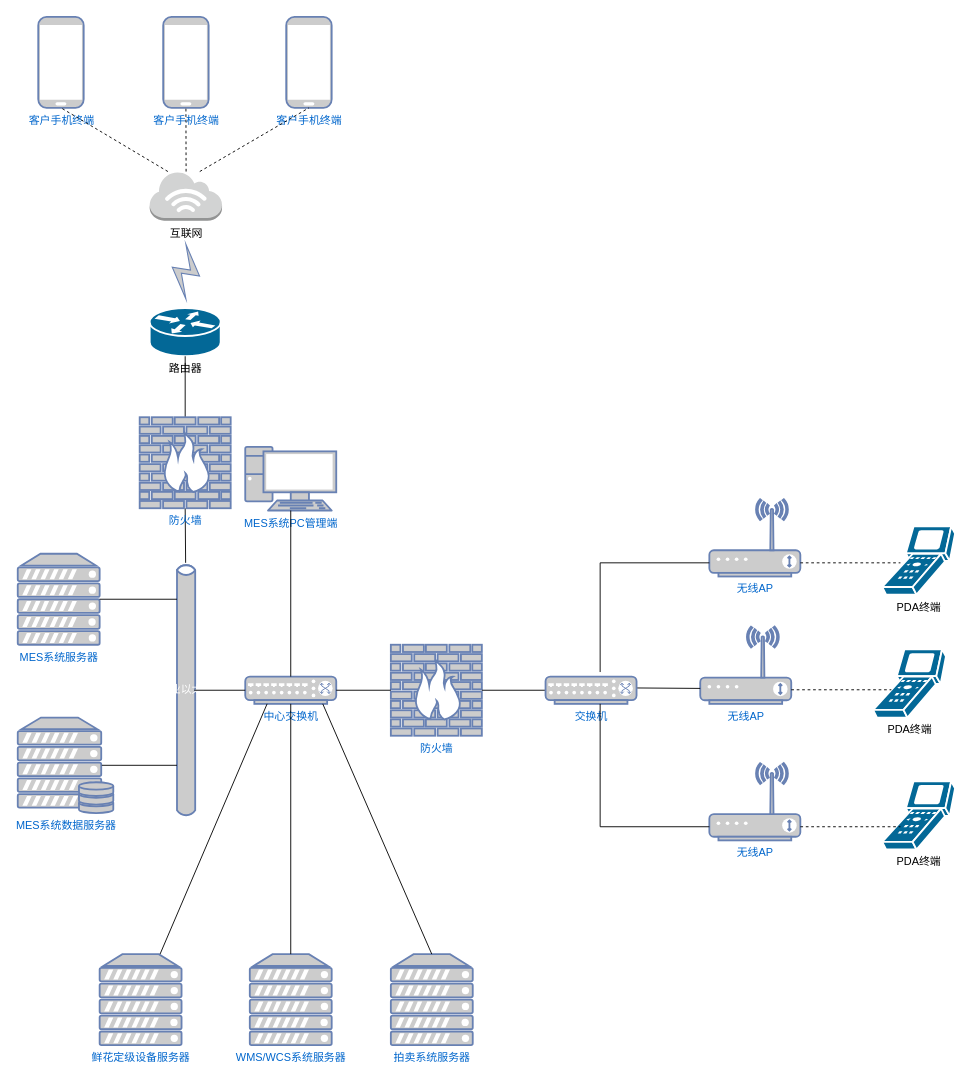
The draw.io diagram 系统网络架构.drawio in yuxibiwin/draw, before the edit. Source tidied: cells renumbered, new cells numbered last; positions are measured from the earlier drawing's top-left corner, leaving out a move shared by most shapes. Both pictures are drawn from the tidied source at 91%, with x=0, y=0 at pixel (17, 16).
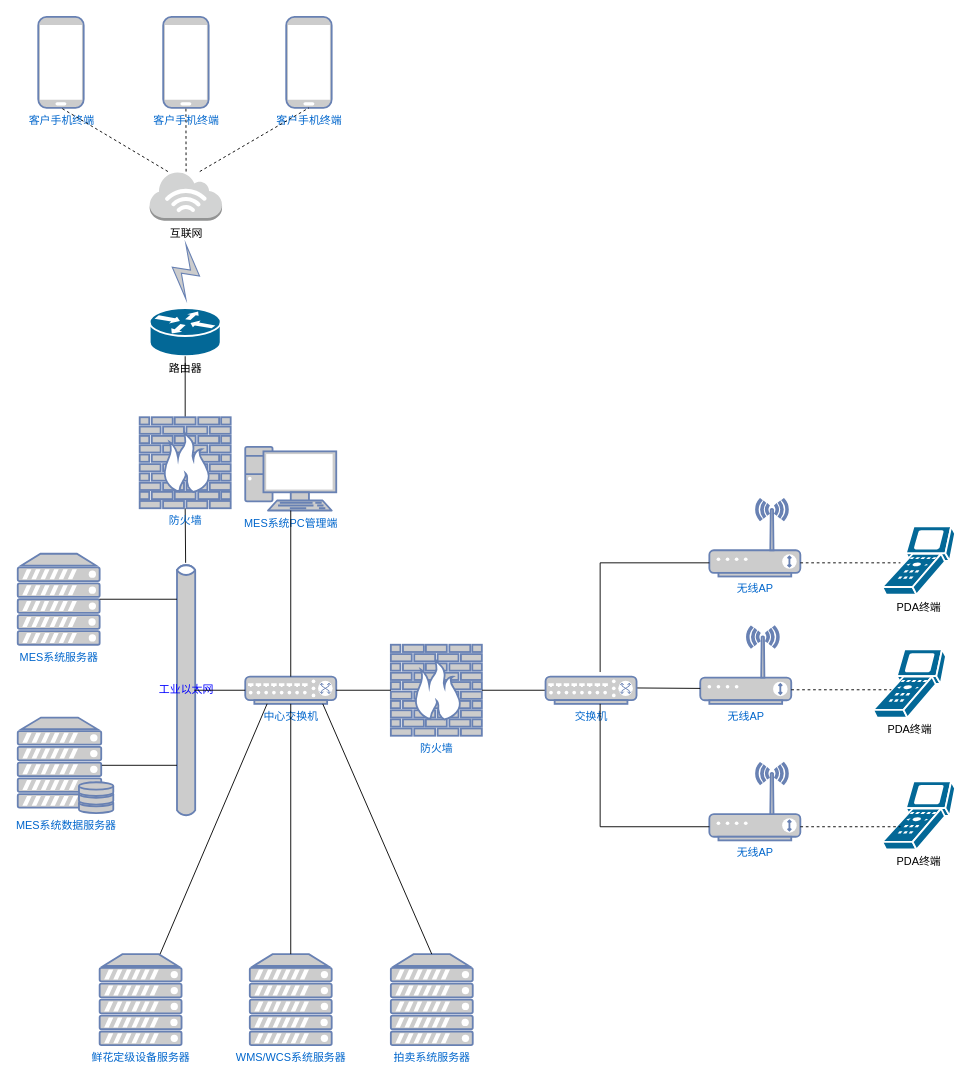
The same page after the edit.

Commit message (it also covers changes not shown here):
更新系统网络架构.drawio

Change to the diagram source:
```diff
@@
-    <mxCell id="11" value="工业以太网" style="html=1;outlineConnect=0;fillColor=#CCCCCC;strokeColor=#6881B3;gradientColor=none;gradientDirection=north;strokeWidth=2;shape=mxgraph.networks.bus;gradientColor=none;gradientDirection=north;fontColor=#ffffff;perimeter=backbonePerimeter;backboneSize=20;direction=south;flipV=1;" parent="1" vertex="1">
+    <mxCell id="11" value="&lt;font color=&quot;#0000ff&quot;&gt;工业以太网&lt;/font&gt;" style="html=1;outlineConnect=0;fillColor=#CCCCCC;strokeColor=#6881B3;gradientColor=none;gradientDirection=north;strokeWidth=2;shape=mxgraph.networks.bus;gradientColor=none;gradientDirection=north;fontColor=#ffffff;perimeter=backbonePerimeter;backboneSize=20;direction=south;flipV=1;" parent="1" vertex="1">
       <mxGeometry x="180" y="600" width="10" height="280" as="geometry" />
     </mxCell>
```
